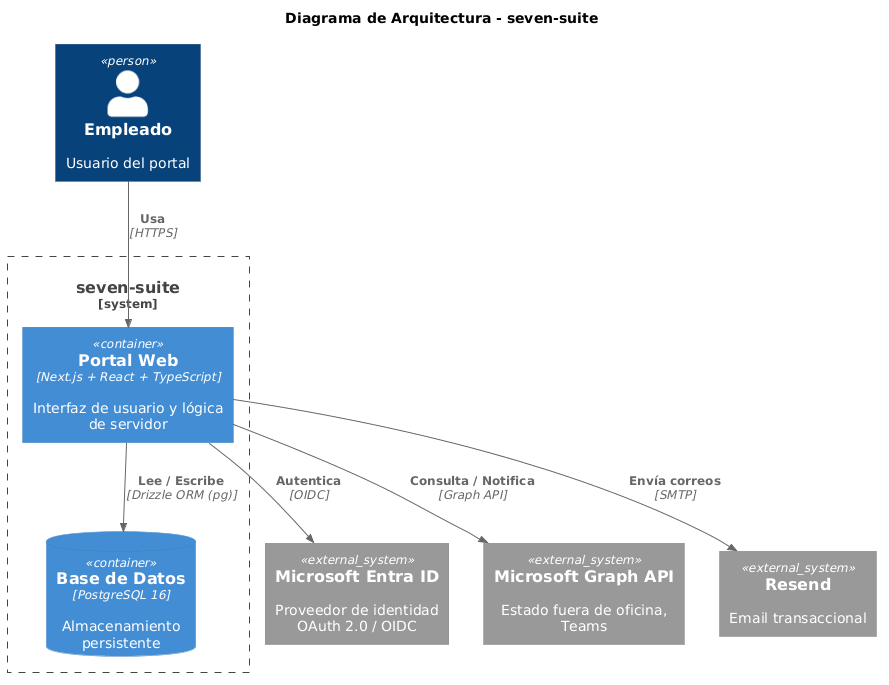
The PlantUML diagram modelosUML/png/arquitectura.png in lostal/seven-suite, before a commit. The source it was exported from:
```plantuml
@startuml
!include https://raw.githubusercontent.com/plantuml-stdlib/C4-PlantUML/master/C4_Container.puml

title Diagrama de Arquitectura - seven-suite

Person(empleado, "Empleado", "Usuario del portal")

System_Boundary(c1, "seven-suite") {
    Container(web_app, "Portal Web", "Next.js + React + TypeScript", "Interfaz de usuario y lógica de servidor")
    ContainerDb(database, "Base de Datos", "PostgreSQL 16", "Almacenamiento persistente")
}

System_Ext(entra, "Microsoft Entra ID", "Proveedor de identidad OAuth 2.0 / OIDC")
System_Ext(graph, "Microsoft Graph API", "Estado fuera de oficina, Teams")
System_Ext(resend, "Resend", "Email transaccional")

Rel(empleado, web_app, "Usa", "HTTPS")
Rel(web_app, database, "Lee / Escribe", "Drizzle ORM (pg)")
Rel(web_app, entra, "Autentica", "OIDC")
Rel(web_app, graph, "Consulta / Notifica", "Graph API")
Rel(web_app, resend, "Envía correos", "SMTP")
@enduml
```
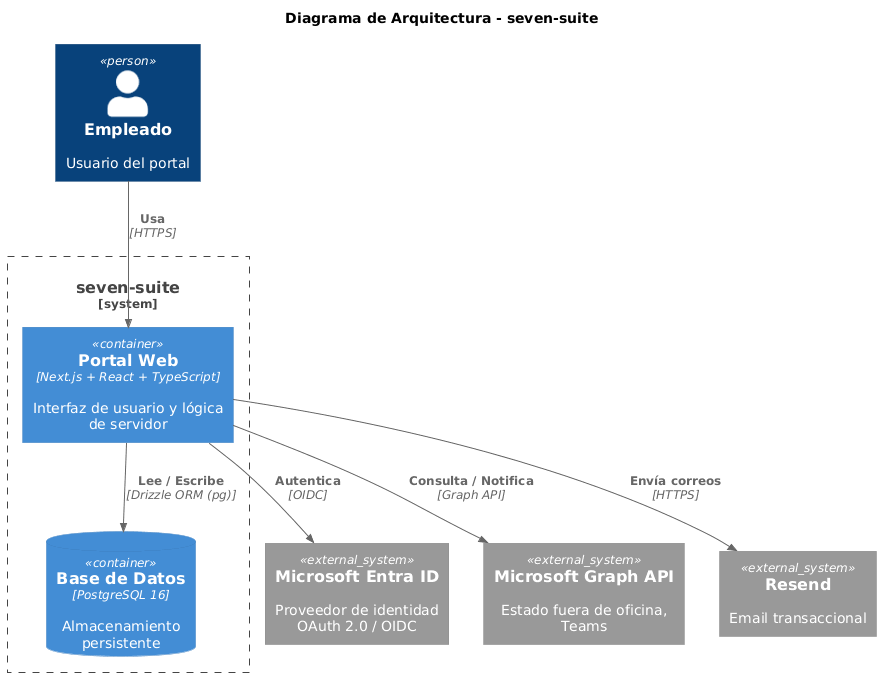
Above is the later version.

Change to the diagram source:
```diff
@@ -1,4 +1,4 @@
-@startuml
+@startuml arquitectura
 !include https://raw.githubusercontent.com/plantuml-stdlib/C4-PlantUML/master/C4_Container.puml
 
 title Diagrama de Arquitectura - seven-suite
@@ -18,5 +18,6 @@
 Rel(web_app, database, "Lee / Escribe", "Drizzle ORM (pg)")
 Rel(web_app, entra, "Autentica", "OIDC")
 Rel(web_app, graph, "Consulta / Notifica", "Graph API")
-Rel(web_app, resend, "Envía correos", "SMTP")
+Rel(web_app, resend, "Envía correos", "HTTPS")
+
 @enduml
```
